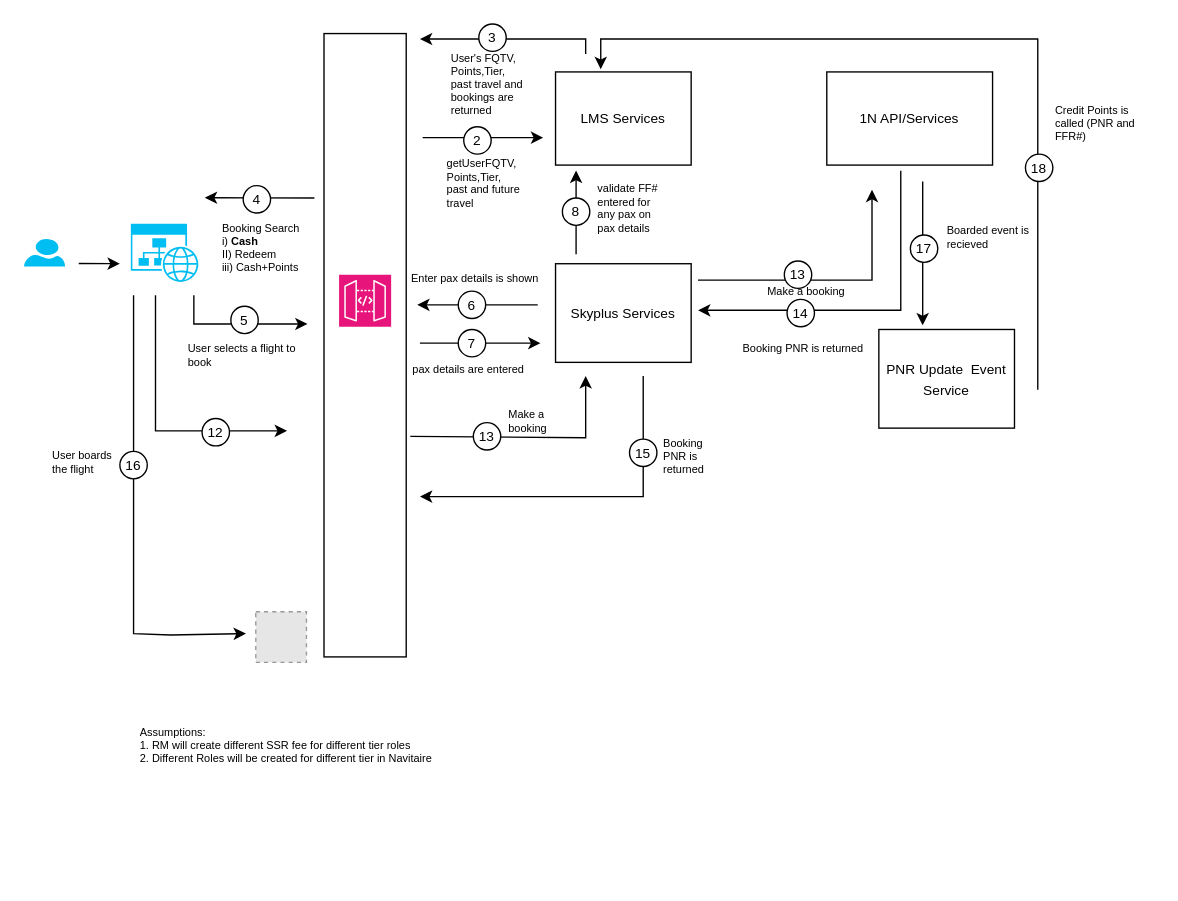
The draw.io diagram page "Book" (2 of 3) of Earn_Booking_Flow.drawio in nchauhan4/drawings, before the edit. Source tidied: cells renumbered, new cells numbered last; positions are measured from the earlier drawing's top-left corner, leaving out a move shared by most shapes. Both pictures are drawn from the tidied source at 137%, with x=0, y=0 at pixel (23, 23). Pictures stored in the file or linked from it are replaced by grey dashed boxes.
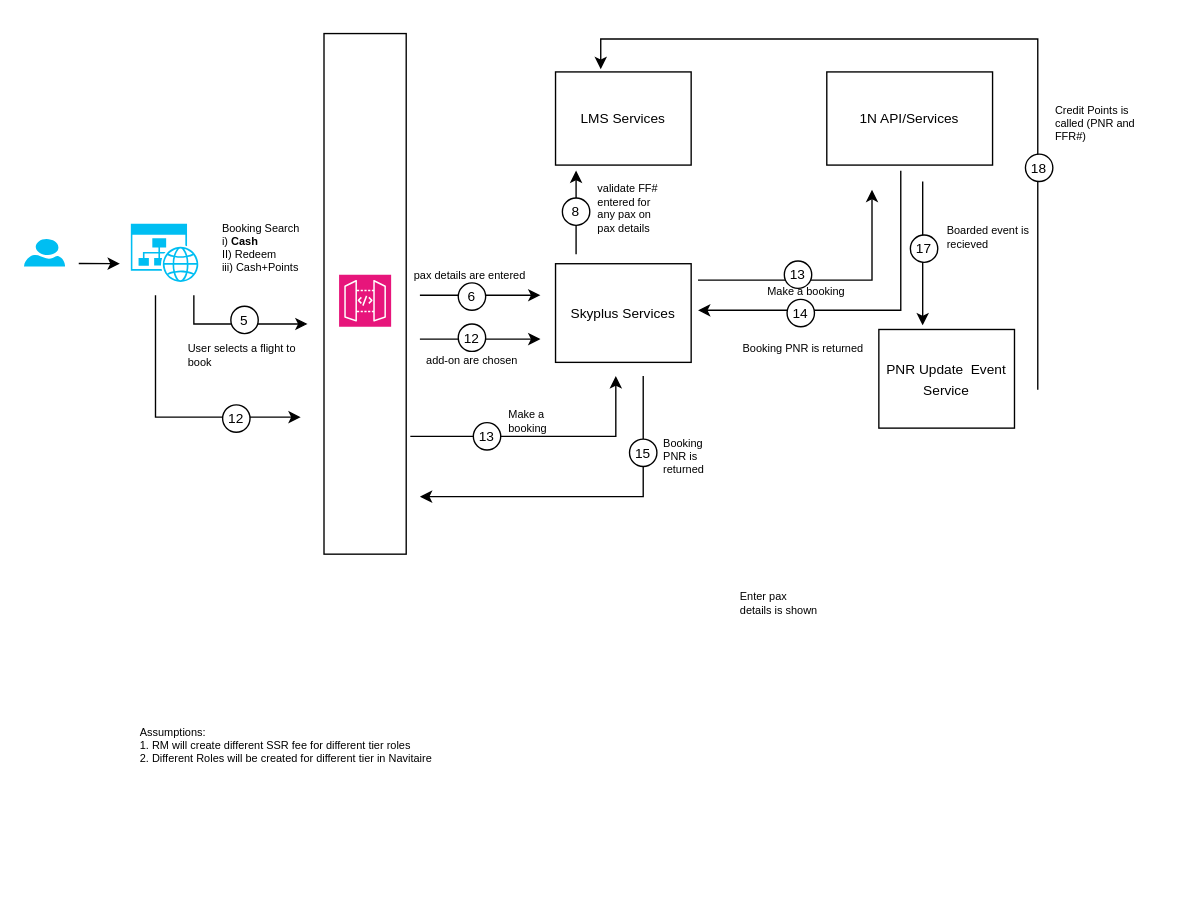
After the change.

What changed in the source:
```diff
@@
     <mxCell id="3" style="rounded=0;whiteSpace=wrap;html=1;" parent="1" vertex="1">
-      <mxGeometry x="219" y="7" width="60" height="455" as="geometry" />
+      <mxGeometry x="219" y="7" width="60" height="380" as="geometry" />
     </mxCell>
@@
-    <mxCell id="8" style="endArrow=classic;html=1;rounded=0;" parent="1" edge="1">
-      <mxGeometry relative="1" as="geometry">
-        <mxPoint x="212" y="127" as="sourcePoint" />
-        <mxPoint x="132" y="126.8" as="targetPoint" />
-      </mxGeometry>
-    </mxCell>
-    <mxCell id="9" style="ellipse;whiteSpace=wrap;html=1;" parent="1" vertex="1">
-      <mxGeometry x="160" y="118" width="20" height="20" as="geometry" />
-    </mxCell>
-    <mxCell id="10" value="&lt;font style=&quot;font-size: 10px;&quot;&gt;4&lt;/font&gt;" style="text;html=1;strokeColor=none;fillColor=none;align=center;verticalAlign=middle;whiteSpace=wrap;rounded=0;" parent="1" vertex="1">
-      <mxGeometry x="155" y="118" width="30" height="20" as="geometry" />
-    </mxCell>
@@
-    <mxCell id="16" style="endArrow=classic;html=1;rounded=0;" parent="1" edge="1">
-      <mxGeometry relative="1" as="geometry">
-        <mxPoint x="291" y="83" as="sourcePoint" />
-        <mxPoint x="379" y="83" as="targetPoint" />
-      </mxGeometry>
-    </mxCell>
@@
-    <mxCell id="18" style="ellipse;whiteSpace=wrap;html=1;" parent="1" vertex="1">
-      <mxGeometry x="321" y="75" width="20" height="20" as="geometry" />
-    </mxCell>
-    <mxCell id="19" value="&lt;font style=&quot;font-size: 10px;&quot;&gt;2&lt;/font&gt;" style="text;html=1;strokeColor=none;fillColor=none;align=center;verticalAlign=middle;whiteSpace=wrap;rounded=0;" parent="1" vertex="1">
-      <mxGeometry x="316" y="75" width="30" height="20" as="geometry" />
-    </mxCell>
-    <mxCell id="20" value="getUserFQTV, Points,Tier, past and future travel" style="text;html=1;strokeColor=none;fillColor=none;align=left;verticalAlign=top;whiteSpace=wrap;rounded=0;fontSize=8;" parent="1" vertex="1">
-      <mxGeometry x="306.8" y="91" width="58.5" height="53" as="geometry" />
-    </mxCell>
-    <mxCell id="21" style="endArrow=classic;html=1;rounded=0;" parent="1" edge="1">
-      <mxGeometry relative="1" as="geometry">
-        <mxPoint x="375" y="205" as="sourcePoint" />
-        <mxPoint x="287" y="205" as="targetPoint" />
-      </mxGeometry>
-    </mxCell>
-    <mxCell id="22" style="ellipse;whiteSpace=wrap;html=1;" parent="1" vertex="1">
-      <mxGeometry x="317" y="195" width="20" height="20" as="geometry" />
-    </mxCell>
-    <mxCell id="23" value="&lt;font style=&quot;font-size: 10px;&quot;&gt;6&lt;/font&gt;" style="text;html=1;strokeColor=none;fillColor=none;align=center;verticalAlign=middle;whiteSpace=wrap;rounded=0;" parent="1" vertex="1">
-      <mxGeometry x="312" y="195" width="30" height="20" as="geometry" />
-    </mxCell>
     <mxCell id="24" value="Enter pax details is shown" style="text;html=1;strokeColor=none;fillColor=none;align=left;verticalAlign=top;whiteSpace=wrap;rounded=0;fontSize=8;" parent="1" vertex="1">
-      <mxGeometry x="281.4" y="175" width="109.2" height="18" as="geometry" />
+      <mxGeometry x="521.4" y="407" width="60.6" height="18" as="geometry" />
     </mxCell>
@@
     <mxCell id="26" style="endArrow=classic;html=1;rounded=0;" parent="1" edge="1">
       <mxGeometry relative="1" as="geometry">
-        <mxPoint x="289" y="233" as="sourcePoint" />
-        <mxPoint x="377" y="233" as="targetPoint" />
+        <mxPoint x="289" y="198" as="sourcePoint" />
+        <mxPoint x="377" y="198" as="targetPoint" />
         <Array as="points">
-          <mxPoint x="311" y="233" />
-          <mxPoint x="344" y="233" />
+          <mxPoint x="311" y="198" />
+          <mxPoint x="344" y="198" />
         </Array>
       </mxGeometry>
     </mxCell>
     <mxCell id="27" style="ellipse;whiteSpace=wrap;html=1;" parent="1" vertex="1">
-      <mxGeometry x="317" y="223" width="20" height="20" as="geometry" />
+      <mxGeometry x="317" y="189" width="20" height="20" as="geometry" />
     </mxCell>
-    <mxCell id="28" value="&lt;font style=&quot;font-size: 10px;&quot;&gt;7&lt;/font&gt;" style="text;html=1;strokeColor=none;fillColor=none;align=center;verticalAlign=middle;whiteSpace=wrap;rounded=0;" parent="1" vertex="1">
-      <mxGeometry x="312" y="223" width="30" height="20" as="geometry" />
+    <mxCell id="28" value="&lt;font style=&quot;font-size: 10px;&quot;&gt;6&lt;/font&gt;" style="text;html=1;strokeColor=none;fillColor=none;align=center;verticalAlign=middle;whiteSpace=wrap;rounded=0;" parent="1" vertex="1">
+      <mxGeometry x="312" y="189" width="30" height="20" as="geometry" />
     </mxCell>
-    <mxCell id="29" style="endArrow=classic;html=1;rounded=0;" parent="1" edge="1">
-      <mxGeometry relative="1" as="geometry">
-        <mxPoint x="410" y="22" as="sourcePoint" />
-        <mxPoint x="289" y="11" as="targetPoint" />
-        <Array as="points">
-          <mxPoint x="410" y="11" />
-        </Array>
-      </mxGeometry>
-    </mxCell>
-    <mxCell id="30" value="User's FQTV, Points,Tier, past travel and bookings are returned" style="text;html=1;strokeColor=none;fillColor=none;align=left;verticalAlign=top;whiteSpace=wrap;rounded=0;fontSize=8;" parent="1" vertex="1">
-      <mxGeometry x="310" y="14" width="58.5" height="52" as="geometry" />
-    </mxCell>
-    <mxCell id="31" style="ellipse;whiteSpace=wrap;html=1;" parent="1" vertex="1">
-      <mxGeometry x="332" width="20" height="20" as="geometry" />
-    </mxCell>
-    <mxCell id="32" value="&lt;font style=&quot;font-size: 10px;&quot;&gt;3&lt;/font&gt;" style="text;html=1;strokeColor=none;fillColor=none;align=center;verticalAlign=middle;whiteSpace=wrap;rounded=0;" parent="1" vertex="1">
-      <mxGeometry x="327" width="30" height="20" as="geometry" />
-    </mxCell>
@@
     <mxCell id="34" style="endArrow=classic;html=1;rounded=0;" parent="1" edge="1">
       <mxGeometry relative="1" as="geometry">
         <mxPoint x="96" y="198" as="sourcePoint" />
-        <mxPoint x="192" y="297" as="targetPoint" />
+        <mxPoint x="202" y="287" as="targetPoint" />
         <Array as="points">
-          <mxPoint x="96" y="297" />
-          <mxPoint x="152" y="297" />
+          <mxPoint x="96" y="287" />
         </Array>
       </mxGeometry>
     </mxCell>
@@
     <mxCell id="36" style="ellipse;whiteSpace=wrap;html=1;" parent="1" vertex="1">
-      <mxGeometry x="130" y="288" width="20" height="20" as="geometry" />
+      <mxGeometry x="145" y="278" width="20" height="20" as="geometry" />
     </mxCell>
     <mxCell id="37" value="&lt;font style=&quot;font-size: 10px;&quot;&gt;12&lt;/font&gt;" style="text;html=1;strokeColor=none;fillColor=none;align=center;verticalAlign=middle;whiteSpace=wrap;rounded=0;" parent="1" vertex="1">
-      <mxGeometry x="125" y="288" width="30" height="20" as="geometry" />
+      <mxGeometry x="140" y="278" width="30" height="20" as="geometry" />
     </mxCell>
     <mxCell id="38" value="pax details are entered" style="text;html=1;strokeColor=none;fillColor=none;align=left;verticalAlign=top;whiteSpace=wrap;rounded=0;fontSize=8;" parent="1" vertex="1">
-      <mxGeometry x="282.4" y="241" width="109.2" height="18" as="geometry" />
+      <mxGeometry x="282.7" y="173" width="88.6" height="18" as="geometry" />
     </mxCell>
@@
     <mxCell id="40" style="endArrow=classic;html=1;rounded=0;" parent="1" edge="1">
       <mxGeometry relative="1" as="geometry">
         <mxPoint x="282" y="301" as="sourcePoint" />
-        <mxPoint x="410" y="257" as="targetPoint" />
+        <mxPoint x="432" y="257" as="targetPoint" />
         <Array as="points">
-          <mxPoint x="410" y="302" />
+          <mxPoint x="432" y="301" />
         </Array>
       </mxGeometry>
     </mxCell>
@@
-    <mxCell id="55" style="fillColor=#E6E6E6;strokeColor=#999999;dashed=1;html=1;verticalAlign=top;verticalLabelPosition=bottom;labelBackgroundColor=#ffffff;" parent="1" vertex="1">
-      <mxGeometry x="169.2" y="429" width="37" height="37" as="geometry" />
-    </mxCell>
-    <mxCell id="56" style="endArrow=classic;html=1;rounded=0;" parent="1" edge="1">
-      <mxGeometry relative="1" as="geometry">
-        <mxPoint x="80" y="198" as="sourcePoint" />
-        <mxPoint x="162" y="445" as="targetPoint" />
-        <Array as="points">
-          <mxPoint x="80" y="445" />
-          <mxPoint x="107" y="446" />
-        </Array>
-      </mxGeometry>
-    </mxCell>
-    <mxCell id="57" value="User boards the flight&amp;nbsp;" style="text;html=1;strokeColor=none;fillColor=none;align=left;verticalAlign=top;whiteSpace=wrap;rounded=0;fontSize=8;" parent="1" vertex="1">
-      <mxGeometry x="19" y="304" width="55.1" height="27" as="geometry" />
-    </mxCell>
-    <mxCell id="58" style="ellipse;whiteSpace=wrap;html=1;" parent="1" vertex="1">
-      <mxGeometry x="70" y="312" width="20" height="20" as="geometry" />
-    </mxCell>
-    <mxCell id="59" value="&lt;font style=&quot;font-size: 10px;&quot;&gt;16&lt;/font&gt;" style="text;html=1;strokeColor=none;fillColor=none;align=center;verticalAlign=middle;whiteSpace=wrap;rounded=0;" parent="1" vertex="1">
-      <mxGeometry x="65" y="312" width="30" height="20" as="geometry" />
-    </mxCell>
@@
+    <mxCell id="73" style="endArrow=classic;html=1;rounded=0;" parent="1" edge="1">
+      <mxGeometry relative="1" as="geometry">
+        <mxPoint x="289" y="230" as="sourcePoint" />
+        <mxPoint x="377" y="230" as="targetPoint" />
+        <Array as="points">
+          <mxPoint x="311" y="230" />
+          <mxPoint x="344" y="230" />
+        </Array>
+      </mxGeometry>
+    </mxCell>
+    <mxCell id="74" style="ellipse;whiteSpace=wrap;html=1;" parent="1" vertex="1">
+      <mxGeometry x="317" y="219" width="20" height="20" as="geometry" />
+    </mxCell>
+    <mxCell id="75" value="&lt;font style=&quot;font-size: 10px;&quot;&gt;12&lt;/font&gt;" style="text;html=1;strokeColor=none;fillColor=none;align=center;verticalAlign=middle;whiteSpace=wrap;rounded=0;" parent="1" vertex="1">
+      <mxGeometry x="312" y="219" width="30" height="20" as="geometry" />
+    </mxCell>
+    <mxCell id="76" value="add-on are chosen" style="text;html=1;strokeColor=none;fillColor=none;align=left;verticalAlign=top;whiteSpace=wrap;rounded=0;fontSize=8;" parent="1" vertex="1">
+      <mxGeometry x="292" y="235" width="80" height="18" as="geometry" />
+    </mxCell>
```
